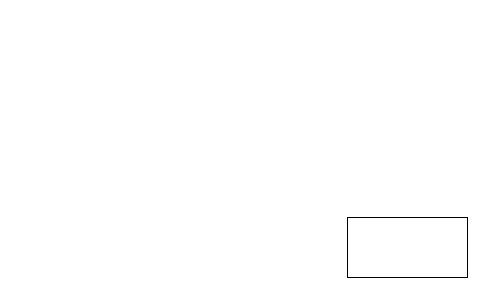
The draw.io diagram Untitled Diagram.drawio in zuzu-a/APEXSat, before the edit. Source tidied: cells renumbered, new cells numbered last; positions are measured from the earlier drawing's top-left corner, leaving out a move shared by most shapes. Both pictures are drawn from the tidied source at 100%, with x=0, y=0 at pixel (347, 217).
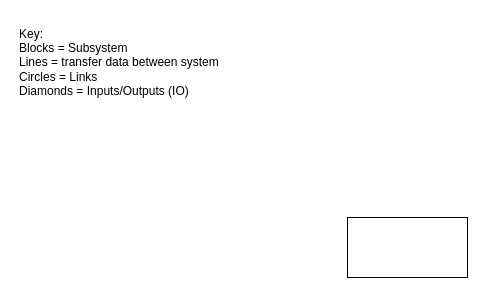
After the change.

The edit, as a diff of the source:
```diff
@@
 <mxGraphModel>
   <root>
     <mxCell id="0" />
     <mxCell id="1" parent="0" />
     <mxCell id="2" style="whiteSpace=wrap;html=1;" parent="1" vertex="1">
       <mxGeometry width="120" height="60" as="geometry" />
     </mxCell>
+    <mxCell id="3" value="Key:&lt;div&gt;Blocks = Subsystem&lt;/div&gt;&lt;div&gt;Lines = transfer data between system&lt;/div&gt;&lt;div&gt;Circles = Links&lt;/div&gt;&lt;div&gt;Diamonds = Inputs/Outputs (IO)&lt;/div&gt;" style="text;html=1;align=left;verticalAlign=middle;strokeColor=none;fillColor=none;" parent="1" vertex="1">
+      <mxGeometry x="-330" y="-200" width="220" height="90" as="geometry" />
+    </mxCell>
   </root>
 </mxGraphModel>
```
